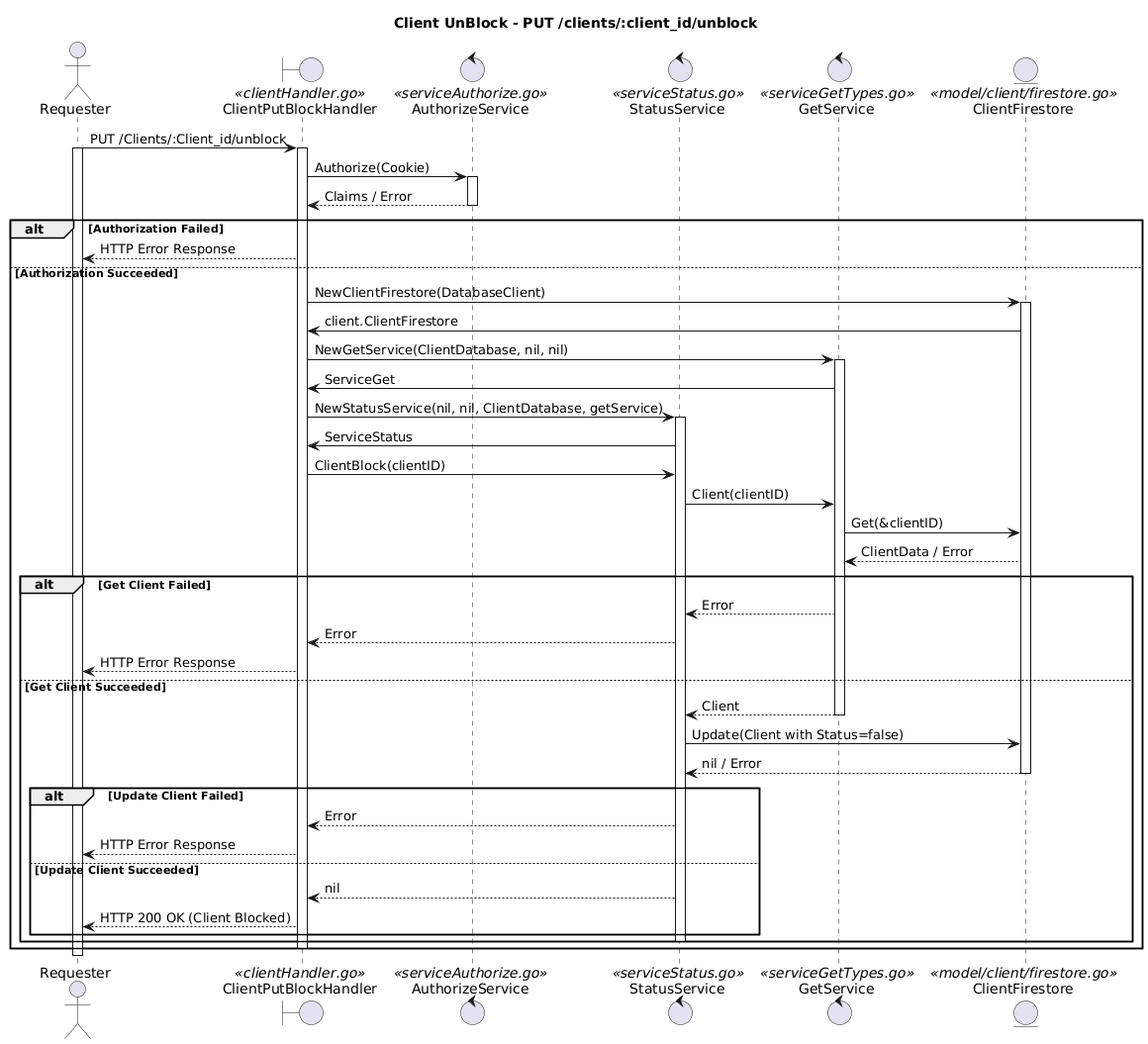
Earlier version of the PlantUML export docs/Un(Block)/SequenciaClientUnblock.png (JulioKobayashiEbury/BankingAPI). Source of this version:
```plantuml
@startuml
title Client UnBlock - PUT /clients/:client_id/unblock

actor Requester
boundary ClientPutBlockHandler <<clientHandler.go>>
control AuthorizeService <<serviceAuthorize.go>>
control StatusService <<serviceStatus.go>>
control GetService <<serviceGetTypes.go>>
entity ClientFirestore <<model/client/firestore.go>>

Requester -> ClientPutBlockHandler : PUT /Clients/:Client_id/unblock
activate Requester
activate ClientPutBlockHandler
ClientPutBlockHandler -> AuthorizeService : Authorize(Cookie)
activate AuthorizeService
AuthorizeService --> ClientPutBlockHandler : Claims / Error
deactivate AuthorizeService
alt Authorization Failed
    ClientPutBlockHandler --> Requester : HTTP Error Response
else Authorization Succeeded
    ClientPutBlockHandler -> ClientFirestore : NewClientFirestore(DatabaseClient)
    activate ClientFirestore
    ClientFirestore -> ClientPutBlockHandler : client.ClientFirestore
    ClientPutBlockHandler -> GetService : NewGetService(ClientDatabase, nil, nil)
    activate GetService
    GetService -> ClientPutBlockHandler : ServiceGet
    ClientPutBlockHandler -> StatusService : NewStatusService(nil, nil, ClientDatabase, getService)
    activate StatusService
    StatusService -> ClientPutBlockHandler : ServiceStatus
    ClientPutBlockHandler -> StatusService : ClientBlock(clientID)
    StatusService -> GetService : Client(clientID)
    GetService -> ClientFirestore : Get(&clientID)
    ClientFirestore --> GetService : ClientData / Error
    alt Get Client Failed
        GetService --> StatusService : Error
        StatusService --> ClientPutBlockHandler : Error
        ClientPutBlockHandler --> Requester : HTTP Error Response
    else Get Client Succeeded
        GetService --> StatusService : Client
        deactivate GetService
        StatusService -> ClientFirestore : Update(Client with Status=false)
        ClientFirestore --> StatusService : nil / Error
        deactivate ClientFirestore
        alt Update Client Failed
            StatusService --> ClientPutBlockHandler : Error
            ClientPutBlockHandler --> Requester : HTTP Error Response
        else Update Client Succeeded
            StatusService --> ClientPutBlockHandler : nil
            ClientPutBlockHandler --> Requester : HTTP 200 OK (Client Blocked)
        end
        deactivate StatusService
    end
    deactivate ClientPutBlockHandler
end
deactivate Requester
@enduml
```
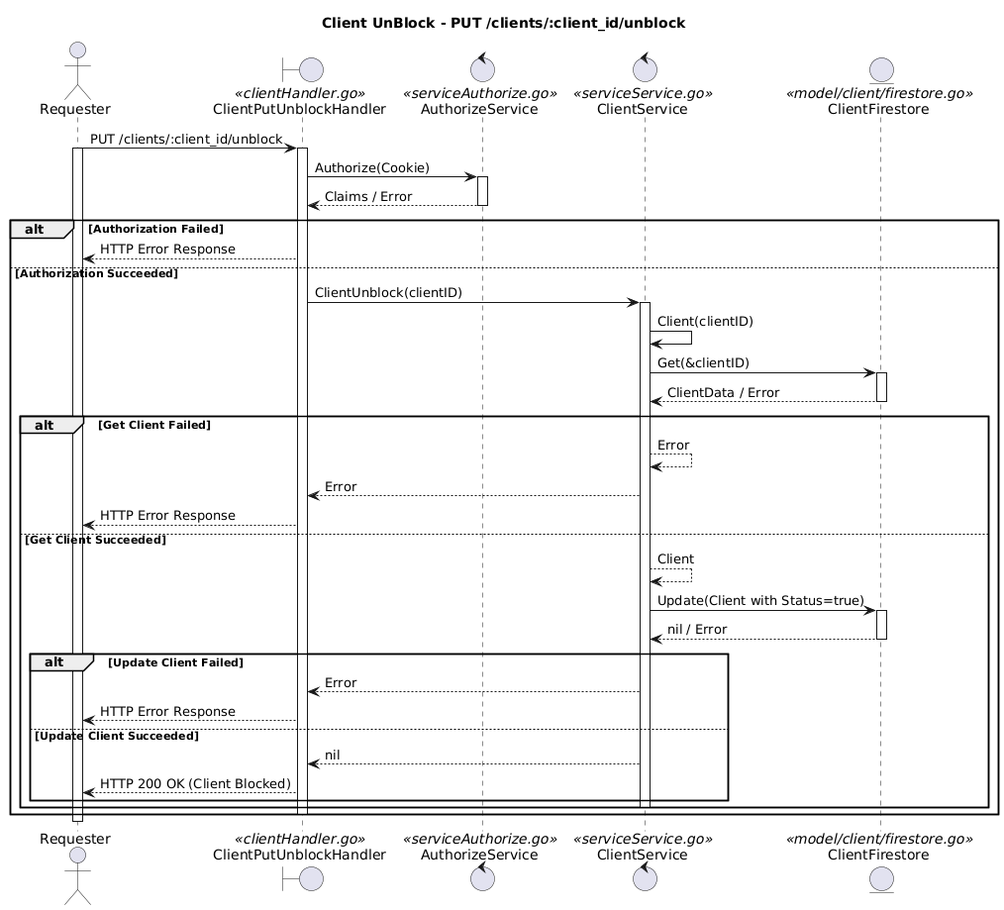
The same diagram one commit later.

The edit, as a diff of the source:
```diff
@@ -2,55 +2,48 @@
 title Client UnBlock - PUT /clients/:client_id/unblock
 
 actor Requester
-boundary ClientPutBlockHandler <<clientHandler.go>>
+boundary ClientPutUnblockHandler <<clientHandler.go>>
 control AuthorizeService <<serviceAuthorize.go>>
-control StatusService <<serviceStatus.go>>
-control GetService <<serviceGetTypes.go>>
+control ClientService <<serviceService.go>>
 entity ClientFirestore <<model/client/firestore.go>>
 
-Requester -> ClientPutBlockHandler : PUT /Clients/:Client_id/unblock
+Requester -> ClientPutUnblockHandler : PUT /clients/:client_id/unblock
 activate Requester
-activate ClientPutBlockHandler
-ClientPutBlockHandler -> AuthorizeService : Authorize(Cookie)
+activate ClientPutUnblockHandler
+ClientPutUnblockHandler -> AuthorizeService : Authorize(Cookie)
 activate AuthorizeService
-AuthorizeService --> ClientPutBlockHandler : Claims / Error
+AuthorizeService --> ClientPutUnblockHandler : Claims / Error
 deactivate AuthorizeService
 alt Authorization Failed
-    ClientPutBlockHandler --> Requester : HTTP Error Response
+    ClientPutUnblockHandler --> Requester : HTTP Error Response
 else Authorization Succeeded
-    ClientPutBlockHandler -> ClientFirestore : NewClientFirestore(DatabaseClient)
+    ClientPutUnblockHandler -> ClientService : ClientUnblock(clientID)
+    activate ClientService
+    ClientService -> ClientService : Client(clientID)
+    ClientService -> ClientFirestore : Get(&clientID)
     activate ClientFirestore
-    ClientFirestore -> ClientPutBlockHandler : client.ClientFirestore
-    ClientPutBlockHandler -> GetService : NewGetService(ClientDatabase, nil, nil)
-    activate GetService
-    GetService -> ClientPutBlockHandler : ServiceGet
-    ClientPutBlockHandler -> StatusService : NewStatusService(nil, nil, ClientDatabase, getService)
-    activate StatusService
-    StatusService -> ClientPutBlockHandler : ServiceStatus
-    ClientPutBlockHandler -> StatusService : ClientBlock(clientID)
-    StatusService -> GetService : Client(clientID)
-    GetService -> ClientFirestore : Get(&clientID)
-    ClientFirestore --> GetService : ClientData / Error
+    ClientFirestore --> ClientService : ClientData / Error
+    deactivate ClientFirestore
     alt Get Client Failed
-        GetService --> StatusService : Error
-        StatusService --> ClientPutBlockHandler : Error
-        ClientPutBlockHandler --> Requester : HTTP Error Response
+        ClientService --> ClientService : Error
+        ClientService --> ClientPutUnblockHandler : Error
+        ClientPutUnblockHandler --> Requester : HTTP Error Response
     else Get Client Succeeded
-        GetService --> StatusService : Client
-        deactivate GetService
-        StatusService -> ClientFirestore : Update(Client with Status=false)
-        ClientFirestore --> StatusService : nil / Error
+        ClientService --> ClientService : Client
+        ClientService -> ClientFirestore : Update(Client with Status=true)
+        activate ClientFirestore
+        ClientFirestore --> ClientService : nil / Error
         deactivate ClientFirestore
         alt Update Client Failed
-            StatusService --> ClientPutBlockHandler : Error
-            ClientPutBlockHandler --> Requester : HTTP Error Response
+            ClientService --> ClientPutUnblockHandler : Error
+            ClientPutUnblockHandler --> Requester : HTTP Error Response
         else Update Client Succeeded
-            StatusService --> ClientPutBlockHandler : nil
-            ClientPutBlockHandler --> Requester : HTTP 200 OK (Client Blocked)
+            ClientService --> ClientPutUnblockHandler : nil
+            ClientPutUnblockHandler --> Requester : HTTP 200 OK (Client Blocked)
         end
-        deactivate StatusService
+        deactivate ClientService
     end
-    deactivate ClientPutBlockHandler
+    deactivate ClientPutUnblockHandler
 end
 deactivate Requester
 @enduml
```
